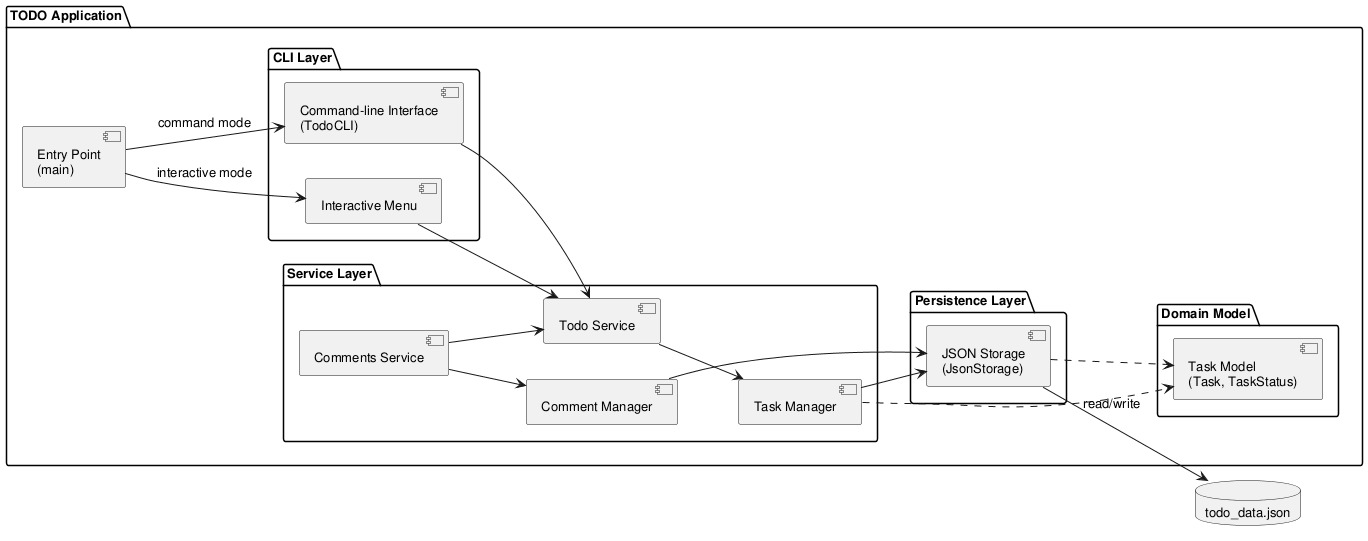
This is experiments/supervisor_as_tools/test_driven/TODO/artifacts/component_diagram.png from DanielRiha8906/Software_autoevolution_using_agents, a PlantUML export, as it was before one commit.
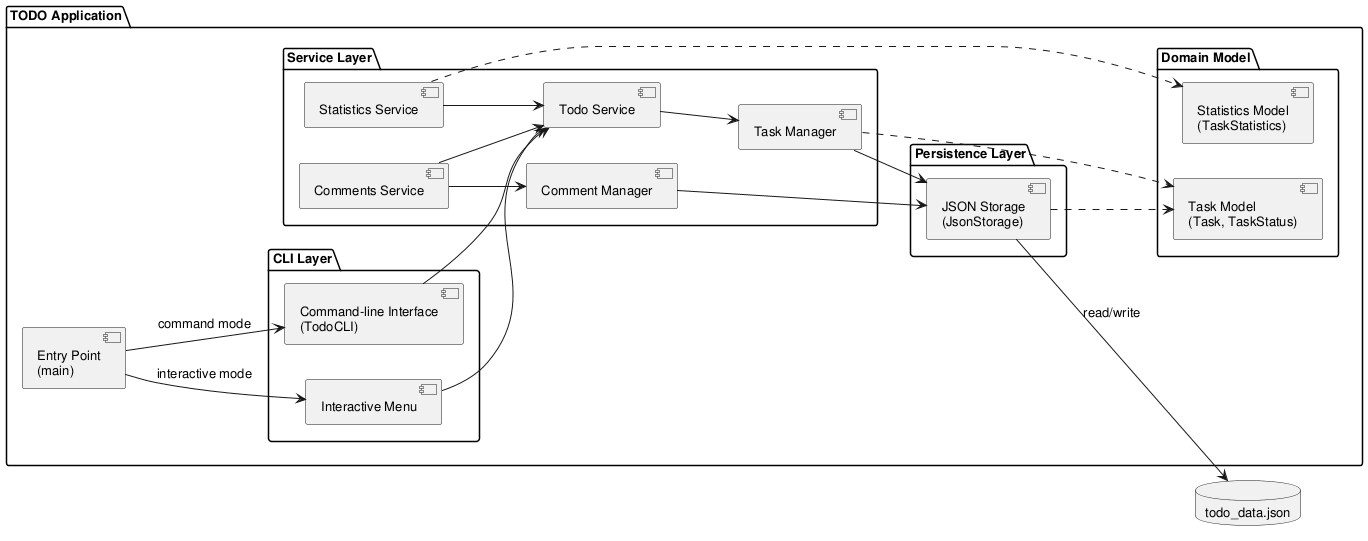
Above is the later version.

Diff of the diagram source:
```diff
@@ -19,10 +19,12 @@
         component "Task Manager" as MGR
         component "Comments Service" as CSVC
         component "Comment Manager" as CMGR
+        component "Statistics Service" as SSVC
     }
 
     package "Domain Model" {
         component "Task Model\n(Task, TaskStatus)" as Model
+        component "Statistics Model\n(TaskStatistics)" as StatsModel
     }
 
     package "Persistence Layer" {
@@ -41,9 +43,11 @@
 SVC --> MGR
 CSVC --> SVC
 CSVC --> CMGR
+SSVC --> SVC
 MGR --> Storage
 CMGR --> Storage
 MGR ..> Model
+SSVC ..> StatsModel
 Storage ..> Model
 
 Storage --> DB : read/write
```
